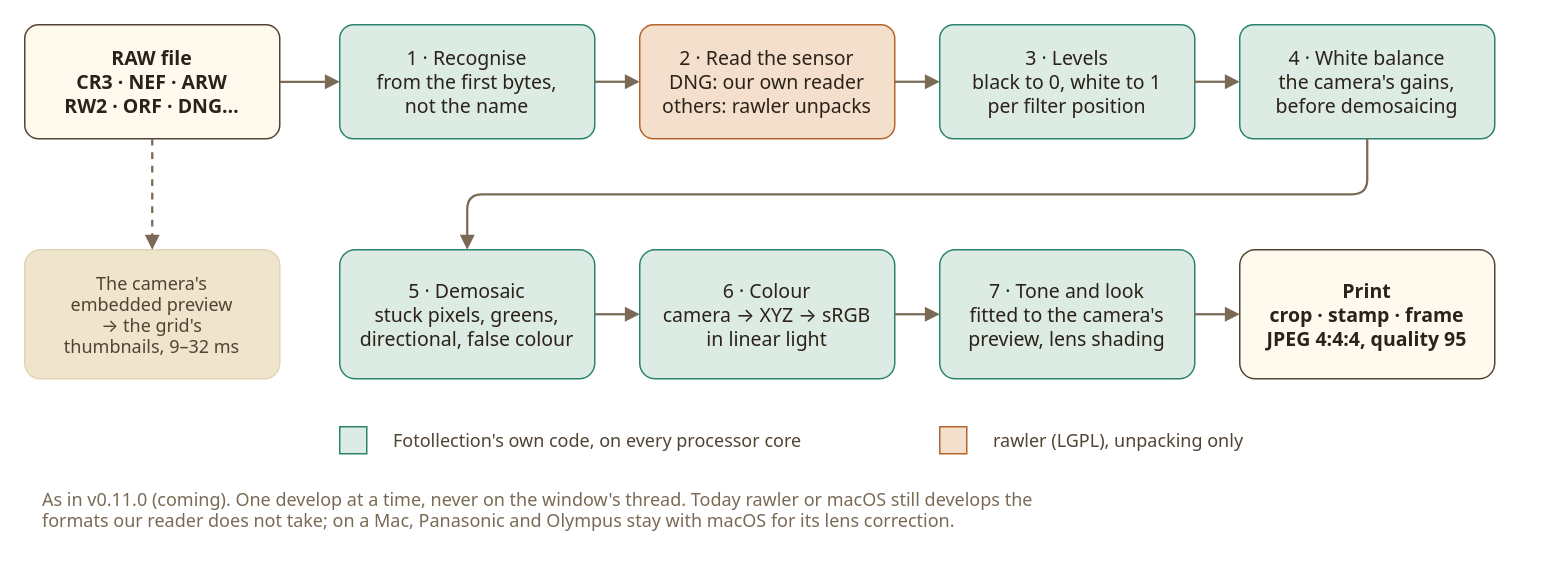
Before: page "EN" (1 of 2) of docs/diagrams/raw-develop.drawio in hoangphi01/fotollection, a draw.io diagram. Source tidied: cells renumbered, new cells numbered last; positions are measured from the earlier drawing's top-left corner, leaving out a move shared by most shapes. Both pictures are drawn from the tidied source at 150%, with x=0, y=0 at pixel (24, 24).
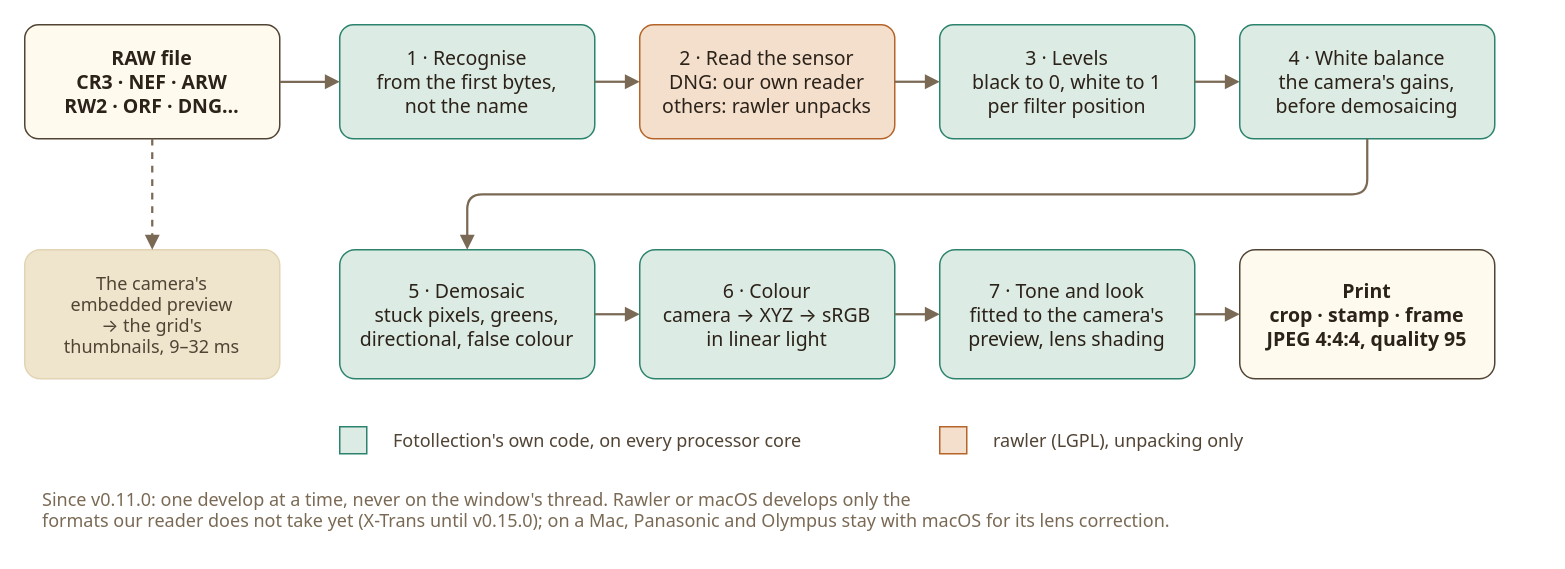
The same page after the edit.

Diff of the diagram source:
```diff
@@
-    <mxCell id="25" value="As in v0.11.0 (coming). One develop at a time, never on the window's thread. Today rawler or macOS still develops the&#10;formats our reader does not take; on a Mac, Panasonic and Olympus stay with macOS for its lens correction." style="rounded=1;arcSize=12;whiteSpace=nowrap;html=0;fillColor=none;strokeColor=none;fontColor=#7a6a55;fontSize=12;fontFamily=system-ui,-apple-system,Segoe UI,sans-serif;align=left;verticalAlign=middle;spacingLeft=10;spacingRight=10;" parent="1" vertex="1">
+    <mxCell id="25" value="Since v0.11.0: one develop at a time, never on the window's thread. Rawler or macOS develops only the&#10;formats our reader does not take yet (X-Trans until v0.15.0); on a Mac, Panasonic and Olympus stay with macOS for its lens correction." style="rounded=1;arcSize=12;whiteSpace=nowrap;html=0;fillColor=none;strokeColor=none;fontColor=#7a6a55;fontSize=12;fontFamily=system-ui,-apple-system,Segoe UI,sans-serif;align=left;verticalAlign=middle;spacingLeft=10;spacingRight=10;" parent="1" vertex="1">
       <mxGeometry y="300" width="1010" height="46" as="geometry" />
     </mxCell>
```
